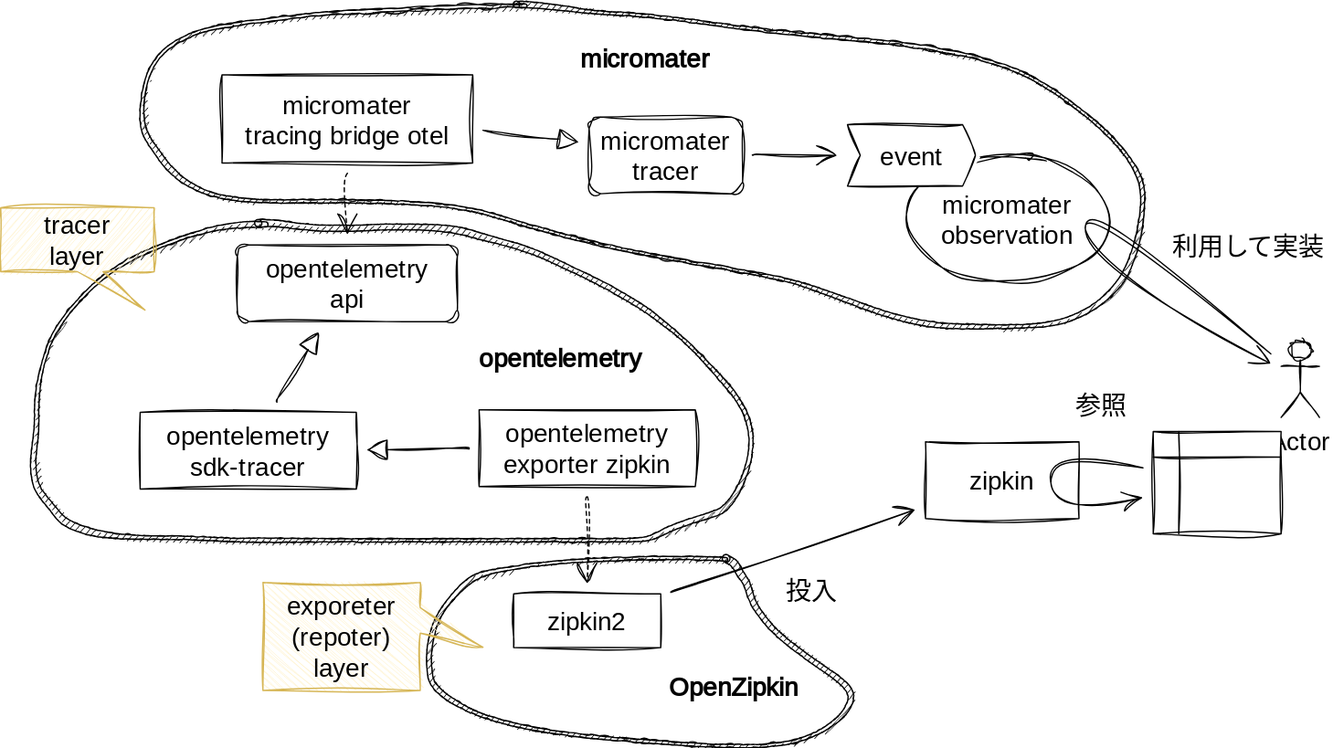
Above: dev/doc/images/dependency-overview.drawio.svg in shibadog/sample-micrometer-tracer (draw.io), before the change. Source tidied: cells renumbered, new cells last; positions are measured from the earlier drawing's top-left corner, leaving out a move shared by most shapes.
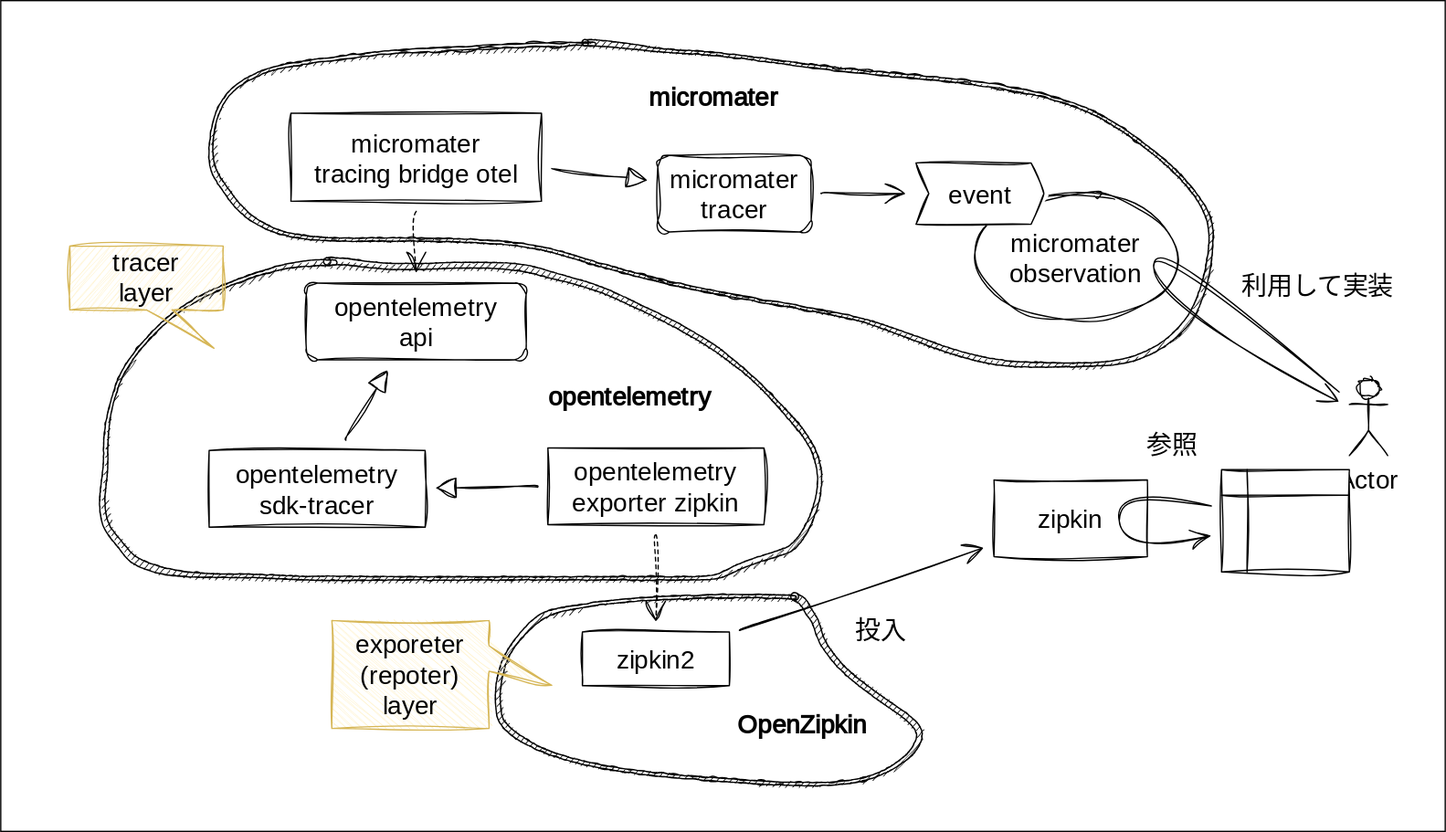
The same diagram one commit later.

Change to the diagram source:
```diff
@@ -2,6 +2,9 @@
   <root>
     <mxCell id="0" />
     <mxCell id="1" parent="0" />
+    <mxCell id="33" style="rounded=0;whiteSpace=wrap;html=1;" parent="1" vertex="1">
+      <mxGeometry x="-54" y="-30" width="1130" height="650" as="geometry" />
+    </mxCell>
     <mxCell id="2" value="micromater&lt;br&gt;observation" style="ellipse;whiteSpace=wrap;html=1;sketch=1;hachureGap=4;jiggle=2;curveFitting=1;fontFamily=Architects Daughter;fontSource=https%3A%2F%2Ffonts.googleapis.com%2Fcss%3Ffamily%3DArchitects%2BDaughter;fontSize=20;" parent="1" vertex="1">
       <mxGeometry x="707" y="121" width="160" height="100" as="geometry" />
     </mxCell>
```
